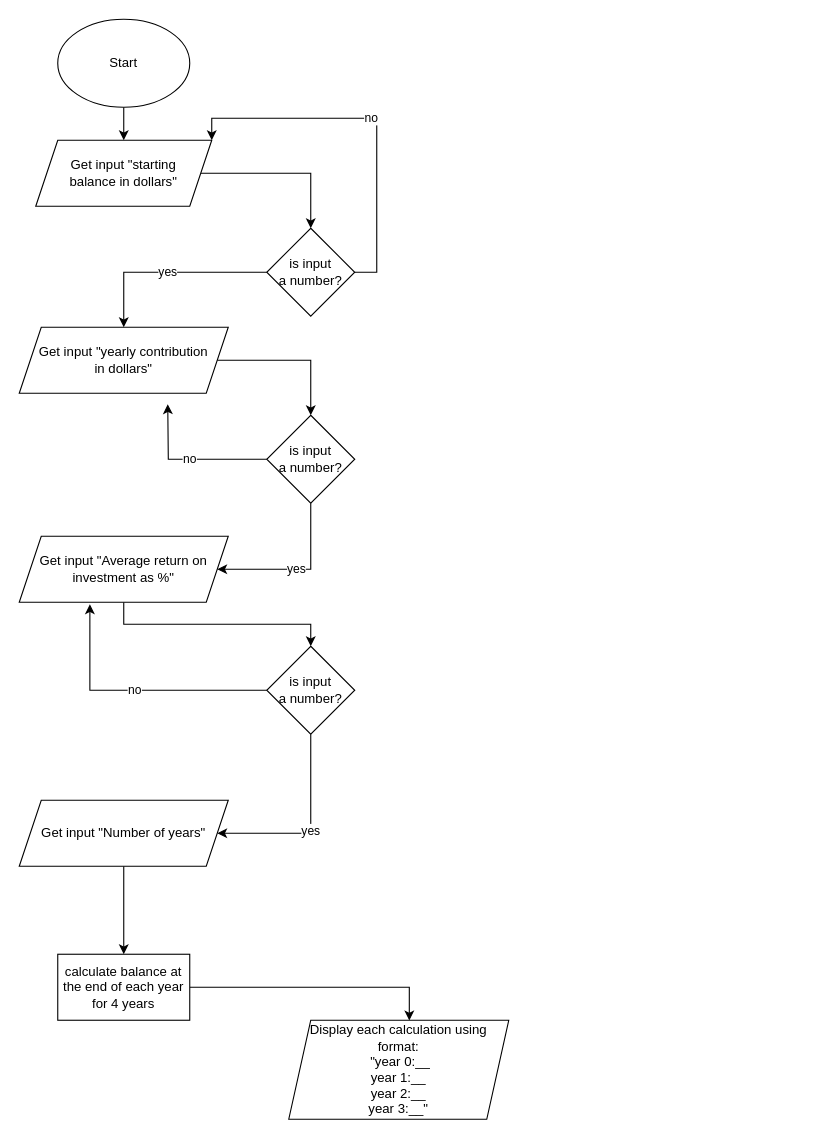
Above: AdvPsuedoFlow.drawio in WilsonTalentCenter/advpseudoflow-pk2000isd (draw.io), before the change. Source tidied: cells renumbered, new cells numbered last; positions are measured from the earlier drawing's top-left corner, leaving out a move shared by most shapes. Both pictures are drawn from the tidied source at 110%, with x=0, y=0 at pixel (19, 19).
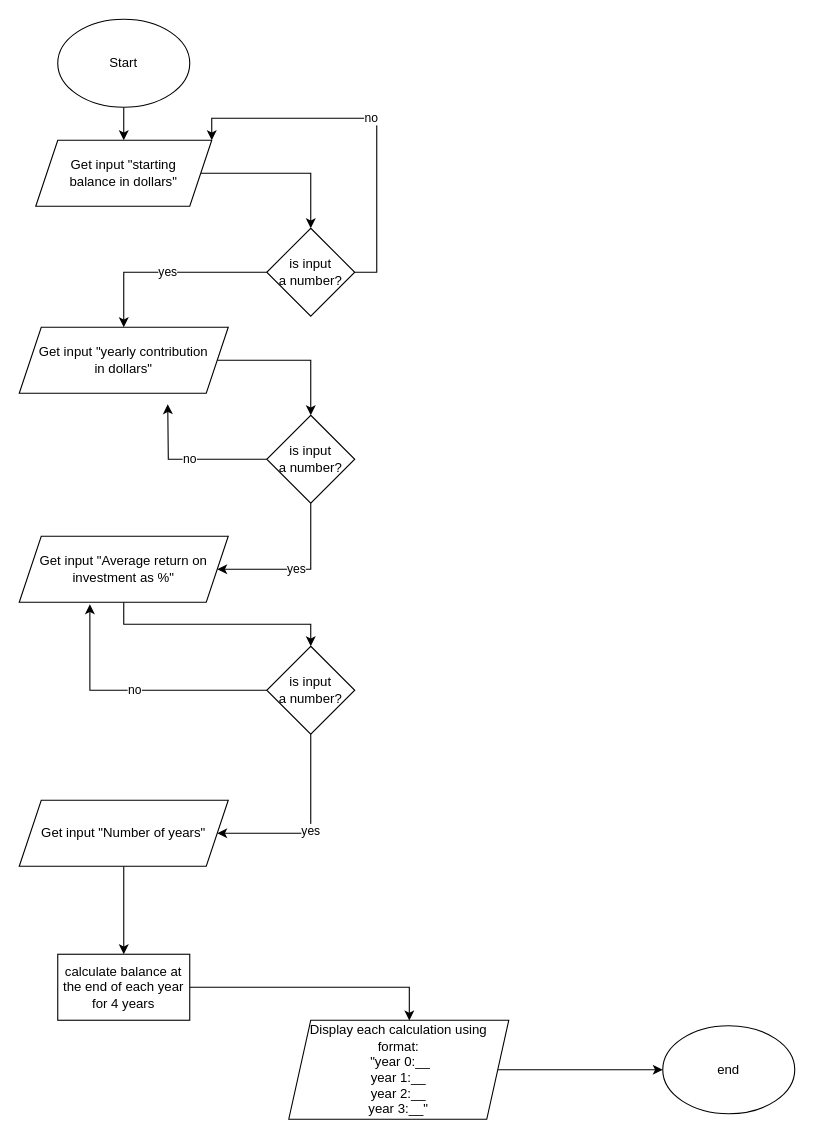
Above is the later version.

Unchanged cells that the change refers to:
```xml
<mxCell id="23" value="Display each calculation using format:&lt;br&gt;&amp;nbsp;&quot;year 0:__ &lt;br&gt;year 1:__ &lt;br&gt;year 2:__ &lt;br&gt;year 3:__&quot;" style="shape=parallelogram;perimeter=parallelogramPerimeter;whiteSpace=wrap;html=1;fixedSize=1;" parent="1" vertex="1">
  <mxGeometry x="245" y="910" width="200" height="90" as="geometry" />
</mxCell>
```

What changed in the source:
```diff
@@
+    <mxCell id="24" style="edgeStyle=orthogonalEdgeStyle;rounded=0;jettySize=auto;html=1;entryX=0;entryY=0.5;entryDx=0;entryDy=0;" parent="1" edge="1" source="23" target="25">
+      <mxGeometry relative="1" as="geometry" />
+    </mxCell>
@@
+    <mxCell id="25" value="end" style="ellipse;whiteSpace=wrap;html=1;" parent="1" vertex="1">
+      <mxGeometry x="585" y="915" width="120" height="80" as="geometry" />
+    </mxCell>
```
